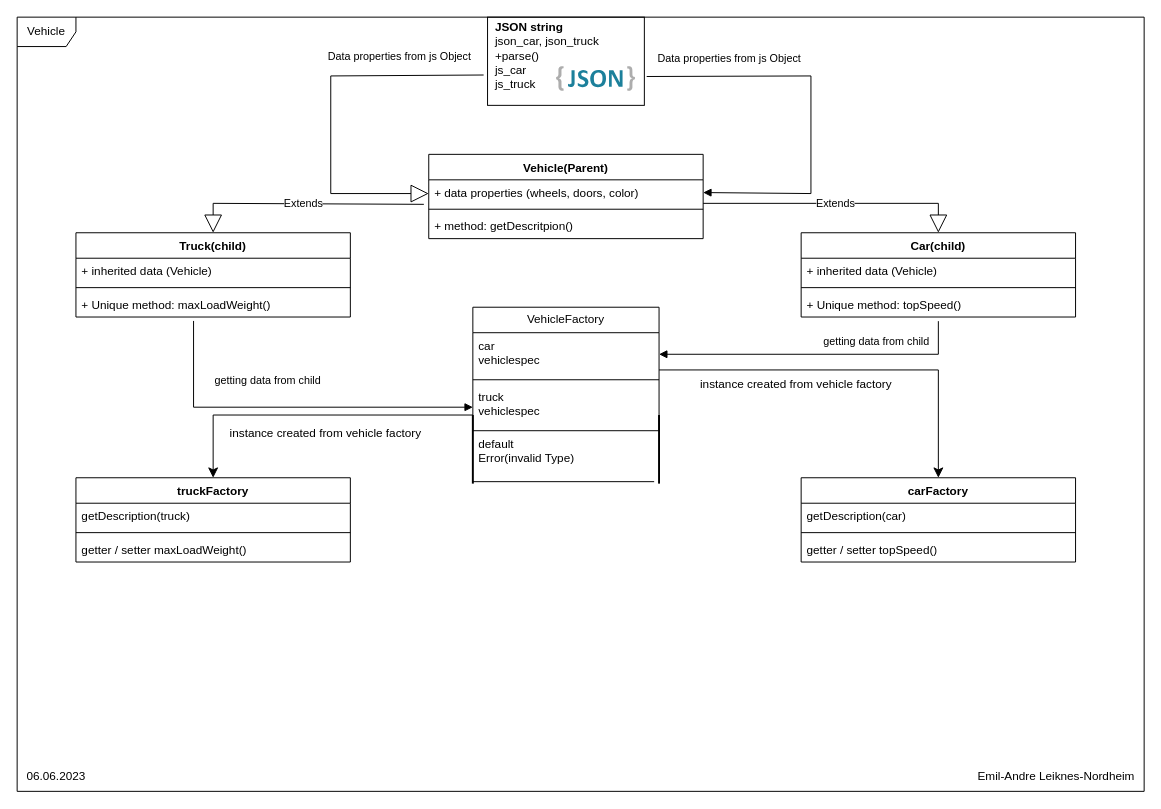
ethxlol/Backend_dev keeps this draw.io diagram as backendContainer/Untitled Diagram.drawio. Above is the earlier version. Source tidied: cells renumbered, new cells numbered last; positions are measured from the earlier drawing's top-left corner, leaving out a move shared by most shapes. Both pictures are drawn from the tidied source at 98%, with x=0, y=0 at pixel (17, 17).
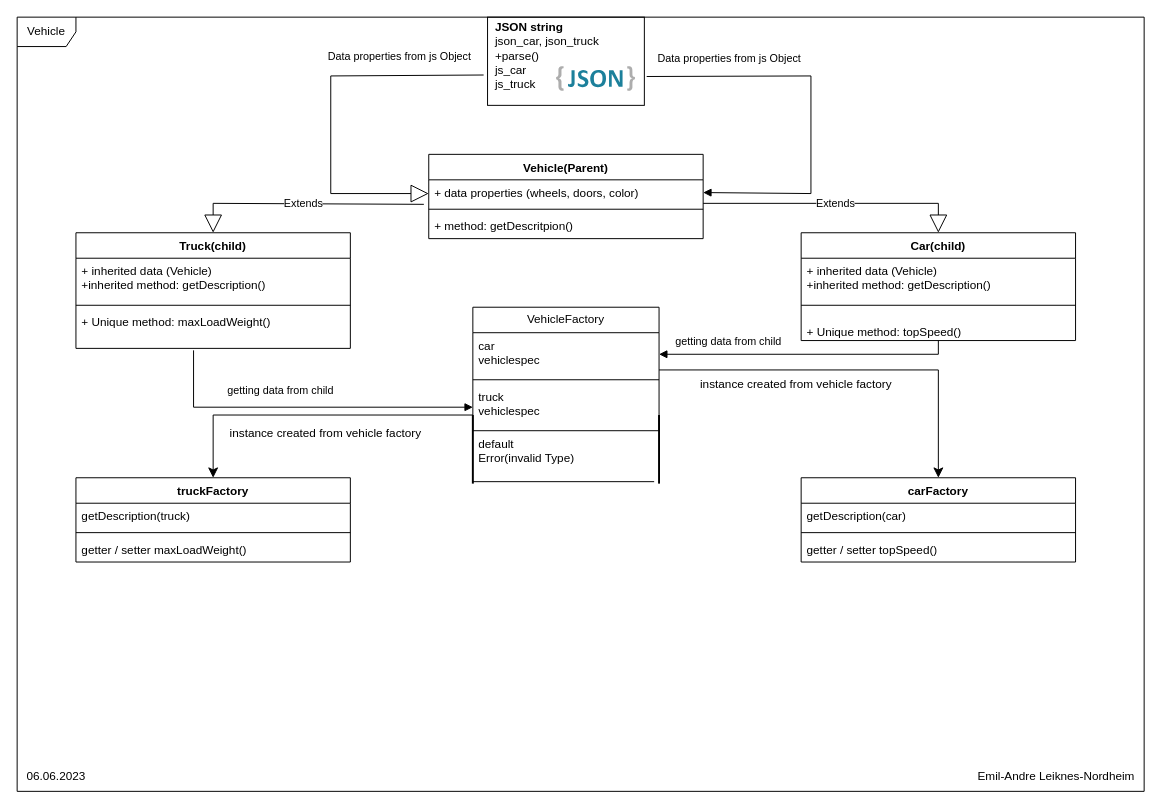
After the change.

Unchanged cells that the change refers to:
```xml
<mxCell id="7" value="car&lt;br&gt;vehiclespec" style="text;strokeColor=none;fillColor=none;align=left;verticalAlign=top;spacingLeft=4;spacingRight=4;overflow=hidden;points=[[0,0.5],[1,0.5]];portConstraint=eastwest;whiteSpace=wrap;html=1;" parent="6" vertex="1">
  <mxGeometry y="26" width="190" height="44" as="geometry" />
</mxCell>
<mxCell id="9" value="truck&lt;br&gt;vehiclespec" style="text;strokeColor=none;fillColor=none;align=left;verticalAlign=top;spacingLeft=4;spacingRight=4;overflow=hidden;points=[[0,0.5],[1,0.5]];portConstraint=eastwest;whiteSpace=wrap;html=1;" parent="6" vertex="1">
  <mxGeometry y="78" width="190" height="48" as="geometry" />
</mxCell>
```

The edit, as a diff of the source:
```diff
@@
     <mxCell id="2" value="Truck(child)" style="swimlane;fontStyle=1;align=center;verticalAlign=top;horizontal=1;startSize=26;whiteSpace=wrap;html=1;" parent="1" vertex="1">
-      <mxGeometry x="60" y="220" width="280" height="86" as="geometry" />
+      <mxGeometry x="60" y="220" width="280" height="118" as="geometry" />
     </mxCell>
-    <mxCell id="3" value="+ inherited data (Vehicle)" style="text;strokeColor=none;fillColor=none;align=left;verticalAlign=top;spacingLeft=4;spacingRight=4;overflow=hidden;whiteSpace=wrap;html=1;" parent="2" vertex="1">
-      <mxGeometry y="26" width="280" height="26" as="geometry" />
+    <mxCell id="3" value="+ inherited data (Vehicle)&lt;br&gt;+inherited method: getDescription()" style="text;strokeColor=none;fillColor=none;align=left;verticalAlign=top;spacingLeft=4;spacingRight=4;overflow=hidden;whiteSpace=wrap;html=1;" parent="2" vertex="1">
+      <mxGeometry y="26" width="280" height="44" as="geometry" />
     </mxCell>
     <mxCell id="4" style="line;strokeWidth=1;fillColor=none;align=left;verticalAlign=middle;spacingTop=-1;spacingLeft=3;spacingRight=3;labelPosition=right;strokeColor=inherit;" parent="2" vertex="1">
-      <mxGeometry y="52" width="280" height="8" as="geometry" />
+      <mxGeometry y="70" width="280" height="8" as="geometry" />
     </mxCell>
     <mxCell id="5" value="+ Unique method: maxLoadWeight()" style="text;strokeColor=none;fillColor=none;align=left;verticalAlign=top;spacingLeft=4;spacingRight=4;overflow=hidden;whiteSpace=wrap;html=1;" parent="2" vertex="1">
-      <mxGeometry y="60" width="280" height="26" as="geometry" />
+      <mxGeometry y="78" width="280" height="40" as="geometry" />
     </mxCell>
@@
     <mxCell id="10" value="Car(child)" style="swimlane;fontStyle=1;align=center;verticalAlign=top;horizontal=1;startSize=26;whiteSpace=wrap;html=1;" parent="1" vertex="1">
-      <mxGeometry x="800" y="220" width="280" height="86" as="geometry" />
+      <mxGeometry x="800" y="220" width="280" height="110" as="geometry" />
     </mxCell>
-    <mxCell id="11" value="+ inherited data (Vehicle)" style="text;strokeColor=none;fillColor=none;align=left;verticalAlign=top;spacingLeft=4;spacingRight=4;overflow=hidden;whiteSpace=wrap;html=1;" parent="10" vertex="1">
-      <mxGeometry y="26" width="280" height="26" as="geometry" />
+    <mxCell id="11" value="+ inherited data (Vehicle)&lt;br&gt;+inherited method: getDescription()" style="text;strokeColor=none;fillColor=none;align=left;verticalAlign=top;spacingLeft=4;spacingRight=4;overflow=hidden;whiteSpace=wrap;html=1;" parent="10" vertex="1">
+      <mxGeometry y="26" width="280" height="34" as="geometry" />
     </mxCell>
     <mxCell id="12" style="line;strokeWidth=1;fillColor=none;align=left;verticalAlign=middle;spacingTop=-1;spacingLeft=3;spacingRight=3;labelPosition=right;strokeColor=inherit;" parent="10" vertex="1">
-      <mxGeometry y="52" width="280" height="8" as="geometry" />
+      <mxGeometry y="60" width="280" height="28" as="geometry" />
     </mxCell>
     <mxCell id="13" value="+ Unique method: topSpeed()" style="text;strokeColor=none;fillColor=none;align=left;verticalAlign=top;spacingLeft=4;spacingRight=4;overflow=hidden;points=[[0,0.5],[1,0.5]];portConstraint=eastwest;whiteSpace=wrap;html=1;" parent="10" vertex="1">
-      <mxGeometry y="60" width="280" height="26" as="geometry" />
+      <mxGeometry y="88" width="280" height="22" as="geometry" />
     </mxCell>
@@
     <mxCell id="28" value="getting data from child" style="html=1;verticalAlign=bottom;labelBackgroundColor=none;endArrow=block;endFill=1;endSize=6;align=left;rounded=0;entryX=0;entryY=0.5;entryDx=0;entryDy=0;" parent="1" edge="1" target="9">
-      <mxGeometry x="-0.42" y="18" relative="1" as="geometry">
-        <mxPoint x="180" y="310" as="sourcePoint" />
+      <mxGeometry x="-0.47" y="8" relative="1" as="geometry">
+        <mxPoint x="180" y="340" as="sourcePoint" />
         <Array as="points">
           <mxPoint x="180" y="398" />
         </Array>
       </mxGeometry>
     </mxCell>
-    <mxCell id="29" value="getting data from child" style="html=1;verticalAlign=bottom;labelBackgroundColor=none;endArrow=block;endFill=1;endSize=6;align=left;rounded=0;entryX=1;entryY=0.5;entryDx=0;entryDy=0;exitX=0.5;exitY=1.162;exitDx=0;exitDy=0;exitPerimeter=0;" parent="1" edge="1" source="13" target="7">
-      <mxGeometry x="-0.04" y="-4" relative="1" as="geometry">
+    <mxCell id="29" value="getting data from child" style="html=1;verticalAlign=bottom;labelBackgroundColor=none;endArrow=block;endFill=1;endSize=6;align=left;rounded=0;entryX=1;entryY=0.5;entryDx=0;entryDy=0;" parent="1" edge="1" target="7">
+      <mxGeometry x="0.9" y="-4" relative="1" as="geometry">
+        <mxPoint x="940" y="330" as="sourcePoint" />
         <Array as="points">
           <mxPoint x="940" y="344" />
         </Array>
       </mxGeometry>
     </mxCell>
```
